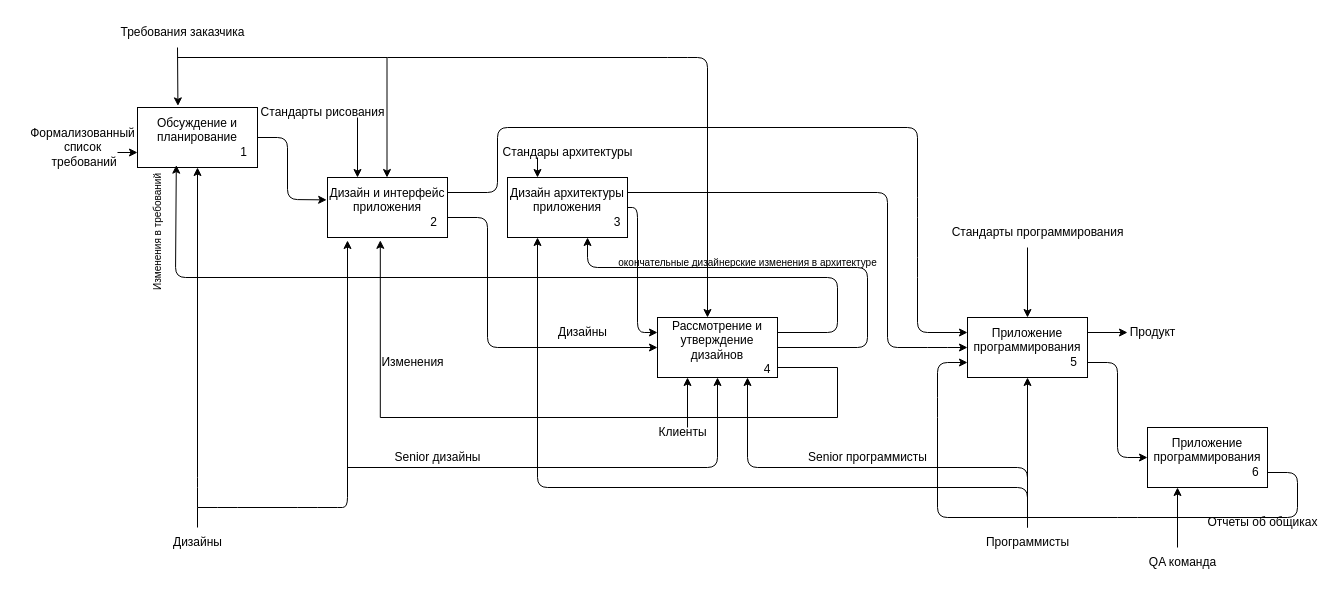
This is page "A0" (2 of 8) of Biểu đồ không có tiêu đề.drawio from quyettranvu/Lab1_IDEF, a draw.io file, before an edit. Source tidied: cells renumbered, new cells numbered last; positions are measured from the earlier drawing's top-left corner, leaving out a move shared by most shapes. Both pictures are drawn from the tidied source at 100%, with x=0, y=0 at pixel (17, 17).
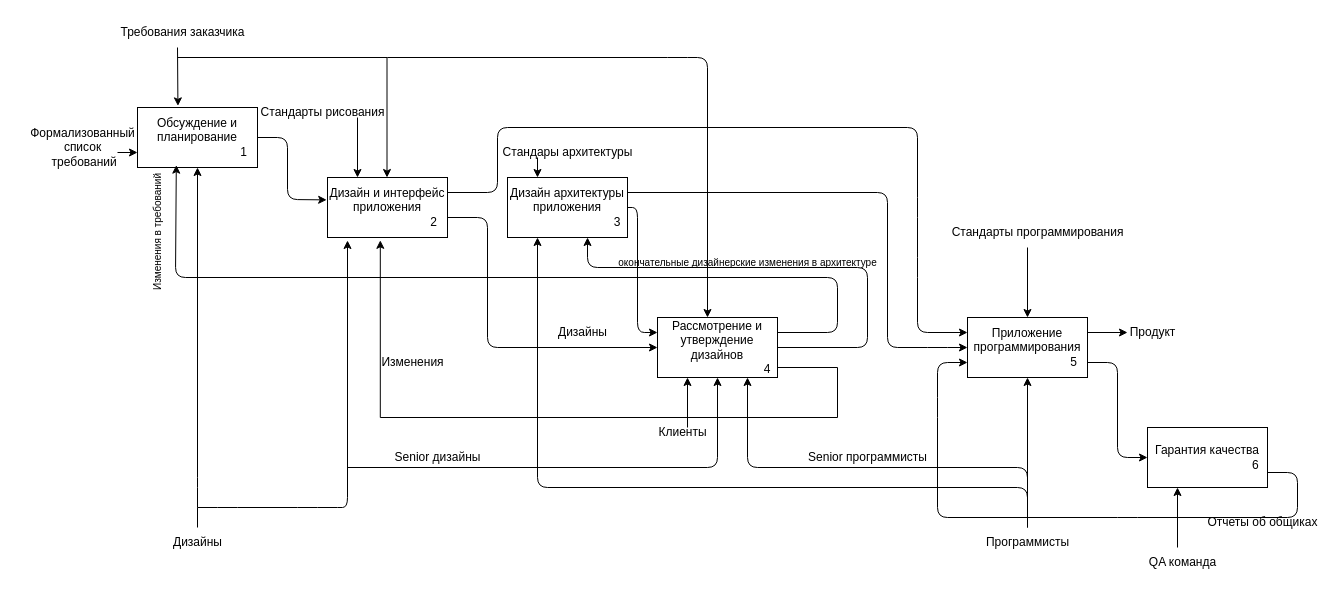
Above is the later version.

What changed in the source:
```diff
@@
-    <mxCell id="36" value="Приложение программирования&lt;br&gt;&amp;nbsp; &amp;nbsp; &amp;nbsp; &amp;nbsp; &amp;nbsp; &amp;nbsp; &amp;nbsp; &amp;nbsp; &amp;nbsp; &amp;nbsp; &amp;nbsp; &amp;nbsp; &amp;nbsp; &amp;nbsp; &amp;nbsp;6" style="rounded=0;whiteSpace=wrap;html=1;" parent="1" vertex="1">
+    <mxCell id="36" value="Гарантия качества&lt;br&gt;&amp;nbsp; &amp;nbsp; &amp;nbsp; &amp;nbsp; &amp;nbsp; &amp;nbsp; &amp;nbsp; &amp;nbsp; &amp;nbsp; &amp;nbsp; &amp;nbsp; &amp;nbsp; &amp;nbsp; &amp;nbsp; &amp;nbsp;6" style="rounded=0;whiteSpace=wrap;html=1;" parent="1" vertex="1">
       <mxGeometry x="1130" y="410" width="120" height="60" as="geometry" />
     </mxCell>
```
